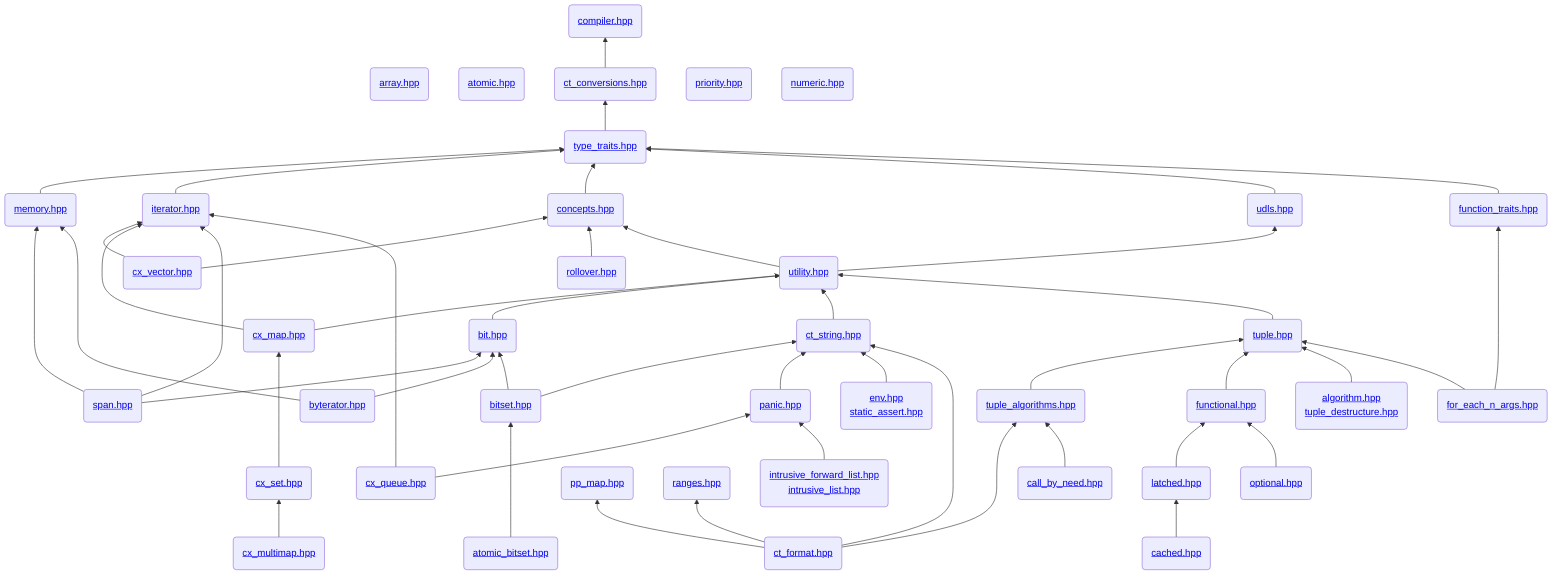
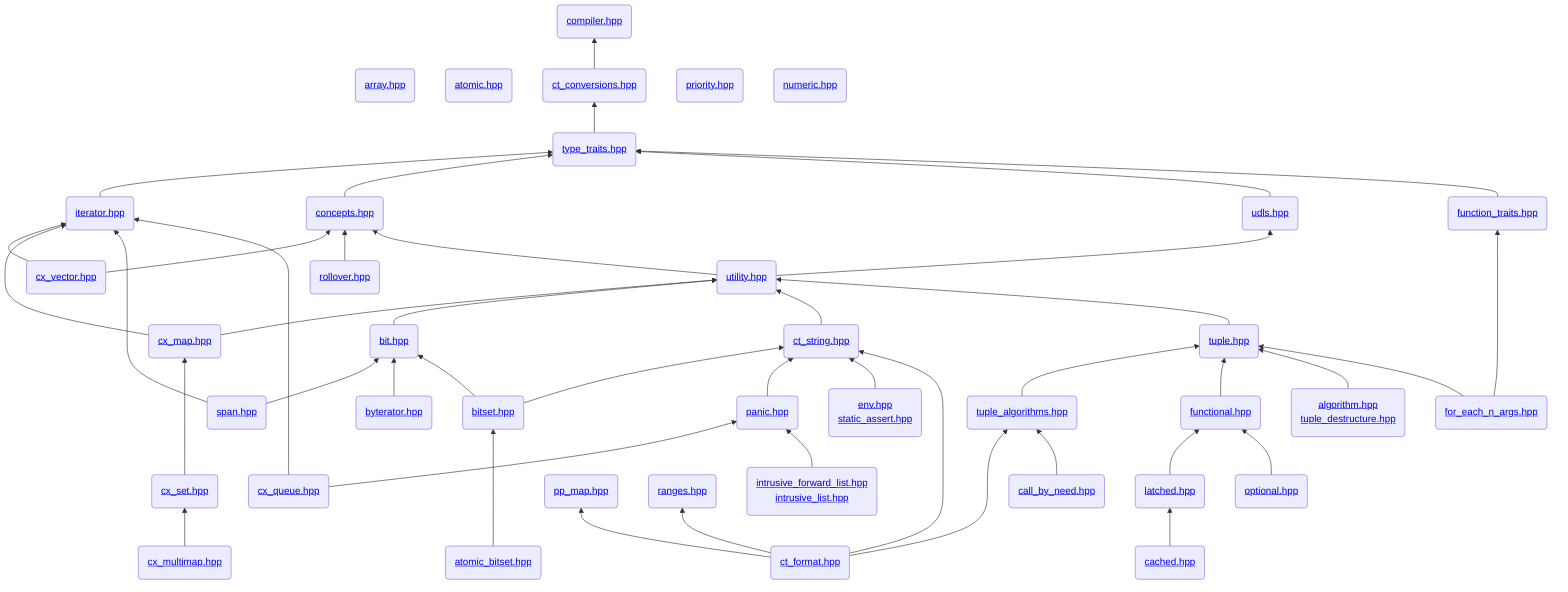
flowchart BT
  %% level 0
  compiler(<a href="https://github.com/intel/cpp-std-extensions/tree/main/include/stdx/compiler.hpp">compiler.hpp</a>)

  %% level 1
  array(<a href="https://github.com/intel/cpp-std-extensions/tree/main/include/stdx/array.hpp">array.hpp</a>)
  atomic(<a href="https://github.com/intel/cpp-std-extensions/tree/main/include/stdx/atomic.hpp">atomic.hpp</a>)
  ct_conversions(<a href="https://github.com/intel/cpp-std-extensions/tree/main/include/stdx/ct_conversions.hpp">ct_conversions.hpp</a>)
  array ~~~ compiler
  atomic ~~~ compiler
  ct_conversions --> compiler
  priority(<a href="https://github.com/intel/cpp-std-extensions/tree/main/include/stdx/priority.hpp">priority.hpp</a>)
  numeric(<a href="https://github.com/intel/cpp-std-extensions/tree/main/include/stdx/numeric.hpp">numeric.hpp</a>)
  priority ~~~ compiler
  numeric ~~~ compiler

  %% level 2
  type_traits(<a href="https://github.com/intel/cpp-std-extensions/tree/main/include/stdx/type_traits.hpp">type_traits.hpp</a>)
  type_traits --> ct_conversions

  %% level 3
-   memory(<a href="https://github.com/intel/cpp-std-extensions/tree/main/include/stdx/memory.hpp">memory.hpp</a>)
-   memory --> type_traits
  iterator(<a href="https://github.com/intel/cpp-std-extensions/tree/main/include/stdx/iterator.hpp">iterator.hpp</a>)
  iterator --> type_traits
  concepts(<a href="https://github.com/intel/cpp-std-extensions/tree/main/include/stdx/concepts.hpp">concepts.hpp</a>)
  concepts --> type_traits
  udls(<a href="https://github.com/intel/cpp-std-extensions/tree/main/include/stdx/udls.hpp">udls.hpp</a>)
  udls --> type_traits
  function_traits(<a href="https://github.com/intel/cpp-std-extensions/tree/main/include/stdx/function_traits.hpp">function_traits.hpp</a>)
  function_traits --> type_traits

  %% level 4
  cx_vector(<a href="https://github.com/intel/cpp-std-extensions/tree/main/include/stdx/cx_vector.hpp">cx_vector.hpp</a>)
  cx_vector --> iterator
  cx_vector --> concepts
  rollover(<a href="https://github.com/intel/cpp-std-extensions/tree/main/include/stdx/rollover.hpp">rollover.hpp</a>)
  rollover --> concepts
  utility(<a href="https://github.com/intel/cpp-std-extensions/tree/main/include/stdx/utility.hpp">utility.hpp</a>)
  utility --> concepts
  utility --> udls

  %% level 5
  cx_map(<a href="https://github.com/intel/cpp-std-extensions/tree/main/include/stdx/cx_map.hpp">cx_map.hpp</a>)
  cx_map ---> iterator
  cx_map --> utility
  bit(<a href="https://github.com/intel/cpp-std-extensions/tree/main/include/stdx/bit.hpp">bit.hpp</a>)
  bit --> utility
  ct_string(<a href="https://github.com/intel/cpp-std-extensions/tree/main/include/stdx/ct_string.hpp">ct_string.hpp</a>)
  ct_string --> utility
  tuple(<a href="https://github.com/intel/cpp-std-extensions/tree/main/include/stdx/tuple.hpp">tuple.hpp</a>)
  tuple --> utility

  %% level 6
  span(<a href="https://github.com/intel/cpp-std-extensions/tree/main/include/stdx/span.hpp">span.hpp</a>)
-   span ----> memory
  span ----> iterator
  span --> bit
  byterator(<a href="https://github.com/intel/cpp-std-extensions/tree/main/include/stdx/byterator.hpp">byterator.hpp</a>)
-   byterator ----> memory
  byterator --> bit
  cx_set(<a href="https://github.com/intel/cpp-std-extensions/tree/main/include/stdx/cx_set.hpp">cx_set.hpp</a>)
  cx_set ---> cx_map
  bitset(<a href="https://github.com/intel/cpp-std-extensions/tree/main/include/stdx/bitset.hpp">bitset.hpp</a>)
  bitset --> bit
  bitset --> ct_string
  panic(<a href="https://github.com/intel/cpp-std-extensions/tree/main/include/stdx/panic.hpp">panic.hpp</a>)
  panic --> ct_string
  A(<a href="https://github.com/intel/cpp-std-extensions/tree/main/include/stdx/env.hpp">env.hpp</a><br><a href="https://github.com/intel/cpp-std-extensions/tree/main/include/stdx/static_assert.hpp">static_assert.hpp</a>)
  A --> ct_string
  tuple_algorithms(<a href="https://github.com/intel/cpp-std-extensions/tree/main/include/stdx/tuple_algorithms.hpp">tuple_algorithms.hpp</a>)
  tuple_algorithms --> tuple
  functional(<a href="https://github.com/intel/cpp-std-extensions/tree/main/include/stdx/functional.hpp">functional.hpp</a>)
  functional --> tuple
  C(<a href="https://github.com/intel/cpp-std-extensions/tree/main/include/stdx/algorithm.hpp">algorithm.hpp</a><br><a href="https://github.com/intel/cpp-std-extensions/tree/main/include/stdx/tuple_destructure.hpp">tuple_destructure.hpp</a>)
  C --> tuple
  for_each_n_args(<a href="https://github.com/intel/cpp-std-extensions/tree/main/include/stdx/for_each_n_args.hpp">for_each_n_args.hpp</a>)
  for_each_n_args ----> function_traits
  for_each_n_args --> tuple

  %% level 7
  cx_multimap(<a href="https://github.com/intel/cpp-std-extensions/tree/main/include/stdx/cx_multimap.hpp">cx_multimap.hpp</a>)
  cx_multimap --> cx_set
  cx_queue(<a href="https://github.com/intel/cpp-std-extensions/tree/main/include/stdx/cx_queue.hpp">cx_queue.hpp</a>)
  cx_queue ----> iterator
  cx_queue --> panic
  atomic_bitset(<a href="https://github.com/intel/cpp-std-extensions/tree/main/include/stdx/atomic_bitset.hpp">atomic_bitset.hpp</a>)
  atomic_bitset ---> bitset
  B(<a href="https://github.com/intel/cpp-std-extensions/tree/main/include/stdx/intrusive_forward_list.hpp">intrusive_forward_list.hpp<br><a href="https://github.com/intel/cpp-std-extensions/tree/main/include/stdx/intrusive_list.hpp">intrusive_list.hpp</a>)
  B --> panic
  ct_format(<a href="https://github.com/intel/cpp-std-extensions/tree/main/include/stdx/ct_format.hpp">ct_format.hpp</a>)
  pp_map(<a href="https://github.com/intel/cpp-std-extensions/tree/main/include/stdx/pp_map.hpp">pp_map.hpp</a>)
  ranges(<a href="https://github.com/intel/cpp-std-extensions/tree/main/include/stdx/ranges.hpp">ranges.hpp</a>)
  ct_format ----> ct_string
  ct_format ---> tuple_algorithms
  ct_format --> pp_map
  ct_format --> ranges
  call_by_need(<a href="https://github.com/intel/cpp-std-extensions/tree/main/include/stdx/call_by_need.hpp">call_by_need.hpp</a>)
  call_by_need --> tuple_algorithms
  latched(<a href="https://github.com/intel/cpp-std-extensions/tree/main/include/stdx/latched.hpp">latched.hpp</a>)
  latched --> functional
  optional(<a href="https://github.com/intel/cpp-std-extensions/tree/main/include/stdx/optional.hpp">optional.hpp</a>)
  optional --> functional

  %% level 8
  cached(<a href="https://github.com/intel/cpp-std-extensions/tree/main/include/stdx/cached.hpp">cached.hpp</a>)
  cached --> latched
